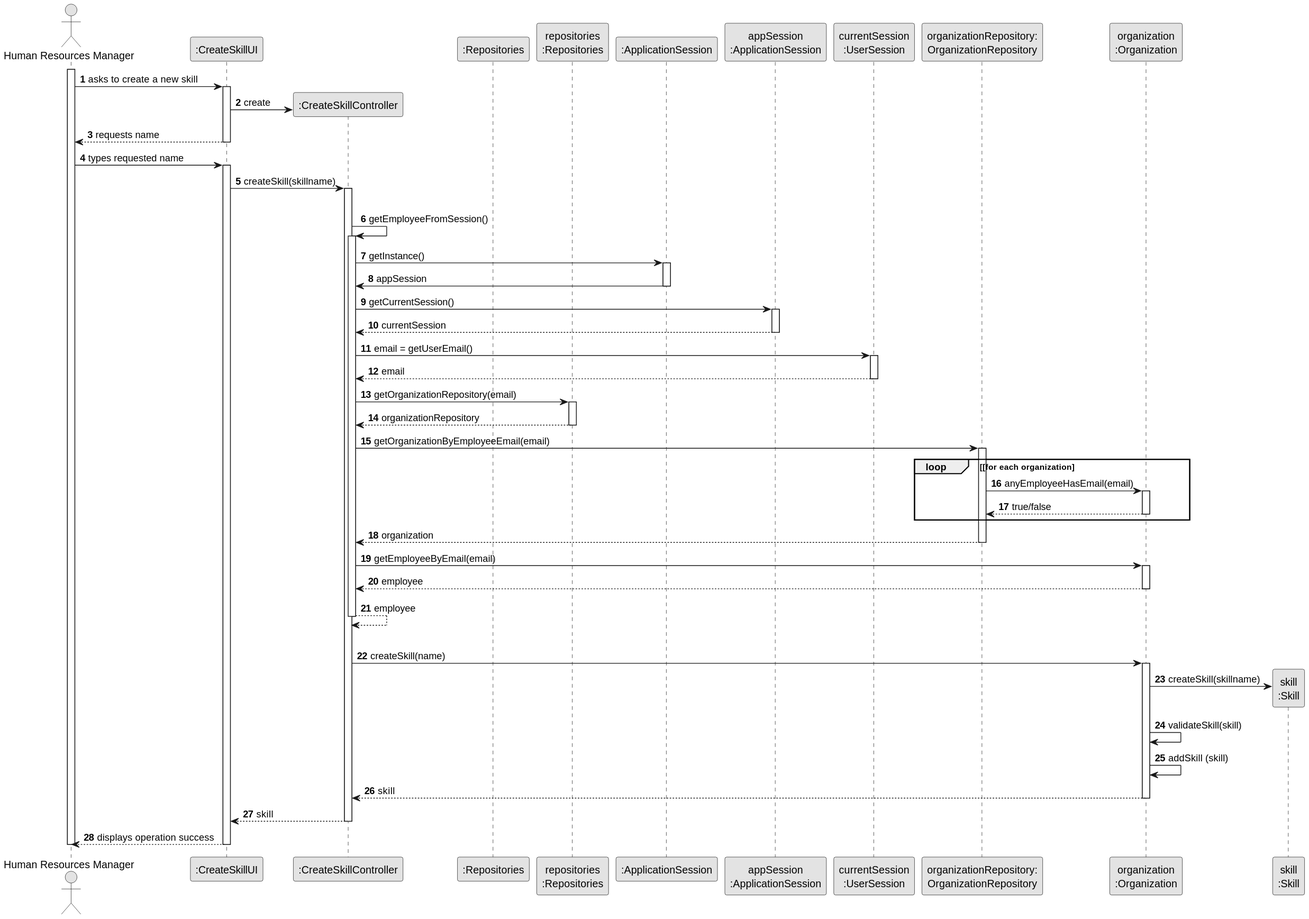
tiagosoa/lei-24-s2-1dgh-g073 keeps this PlantUML diagram as docs/sprint2/us001/03.design/svg/us001-sequence-diagram-full.svg. Above is the earlier version. Its diagram source:
```plantuml
@startuml
skinparam monochrome true
skinparam packageStyle rectangle
skinparam shadowing false

autonumber

actor "Human Resources Manager" as ADM
participant ":CreateSkillUI" as UI
participant ":CreateSkillController" as CTRL
participant ":Repositories" as RepositorySingleton
participant "repositories\n:Repositories" as PLAT
participant ":ApplicationSession" as _APP
participant "appSession\n:ApplicationSession" as APP
participant "currentSession\n:UserSession" as SESSAO
participant "organizationRepository:\nOrganizationRepository" as OrganizationRepository
participant "organization\n:Organization" as ORG
participant "skill\n:Skill" as HABILIDADE

activate ADM

        ADM -> UI : asks to create a new skill

        activate UI

            UI -> CTRL** : create


    UI --> ADM : requests name
    deactivate UI

    ADM -> UI : types requested name
    activate UI

        UI -> CTRL : createSkill(skillname)
        activate CTRL

            |||
            CTRL -> CTRL : getEmployeeFromSession()
            activate CTRL

                CTRL -> _APP: getInstance()
                activate _APP
                    _APP -> CTRL: appSession
                deactivate _APP


                CTRL -> APP: getCurrentSession()
                activate APP

                    APP --> CTRL: currentSession
                deactivate APP

                CTRL -> SESSAO: email = getUserEmail()
                activate SESSAO

                    SESSAO --> CTRL: email
                deactivate SESSAO


                CTRL -> PLAT: getOrganizationRepository(email)
                activate PLAT

                    PLAT --> CTRL: organizationRepository
                deactivate PLAT


                CTRL -> OrganizationRepository: getOrganizationByEmployeeEmail(email)
                activate OrganizationRepository

                    loop [for each organization
                        OrganizationRepository -> ORG : anyEmployeeHasEmail(email)
                        activate ORG

                             ORG --> OrganizationRepository : true/false
                        deactivate ORG
                    end
                    OrganizationRepository --> CTRL : organization
                deactivate OrganizationRepository

                CTRL -> ORG: getEmployeeByEmail(email)
                activate ORG

                    ORG --> CTRL : employee
                deactivate ORG

                CTRL --> CTRL : employee
            deactivate CTRL

            |||
            CTRL -> ORG: createSkill(name)
            activate ORG

                ORG -> HABILIDADE**: createSkill(skillname)

                ORG -> ORG: validateSkill(skill)

                ORG -> ORG: addSkill (skill)


                ORG --> CTRL : skill

            deactivate ORG

            CTRL --> UI: skill
            deactivate CTRL
            UI --> ADM: displays operation success
    deactivate UI

deactivate ADM
@enduml
```
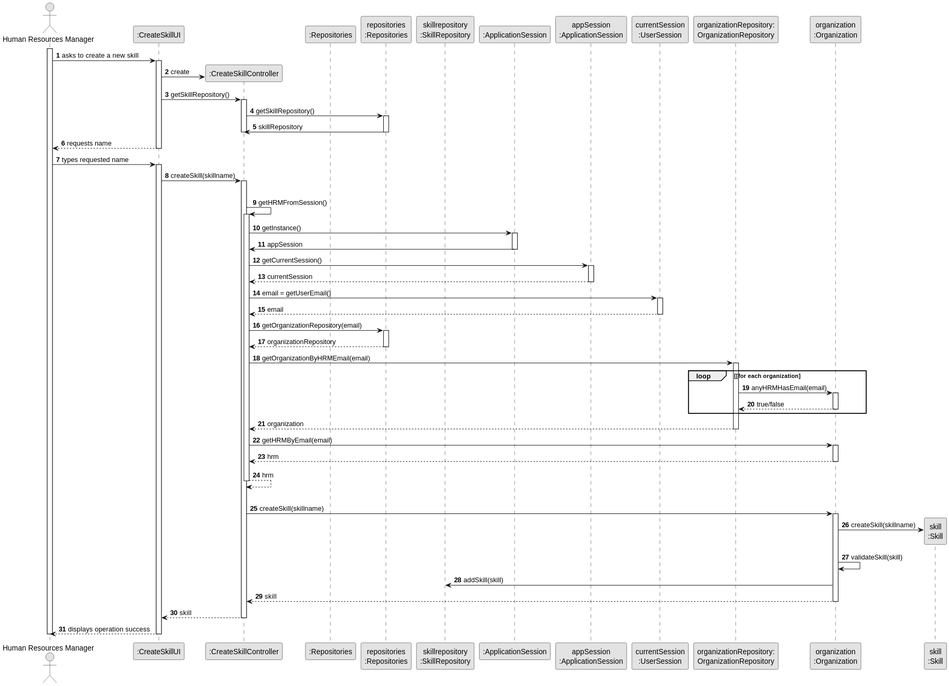
Later version of the same file.

Diff of the diagram source:
```diff
@@ -10,6 +10,7 @@
 participant ":CreateSkillController" as CTRL
 participant ":Repositories" as RepositorySingleton
 participant "repositories\n:Repositories" as PLAT
+participant "skillrepository\n:SkillRepository" as SR
 participant ":ApplicationSession" as _APP
 participant "appSession\n:ApplicationSession" as APP
 participant "currentSession\n:UserSession" as SESSAO
@@ -25,7 +26,15 @@
 
             UI -> CTRL** : create
 
+         UI -> CTRL : getSkillRepository()
+         activate CTRL
 
+                 CTRL -> PLAT : getSkillRepository()
+                         activate PLAT
+
+                     PLAT -> CTRL : skillRepository
+                     deactivate PLAT
+    deactivate CTRL
     UI --> ADM : requests name
     deactivate UI
 
@@ -36,7 +45,7 @@
         activate CTRL
 
             |||
-            CTRL -> CTRL : getEmployeeFromSession()
+            CTRL -> CTRL : getHRMFromSession()
             activate CTRL
 
                 CTRL -> _APP: getInstance()
@@ -65,11 +74,11 @@
                 deactivate PLAT
 
 
-                CTRL -> OrganizationRepository: getOrganizationByEmployeeEmail(email)
+                CTRL -> OrganizationRepository: getOrganizationByHRMEmail(email)
                 activate OrganizationRepository
 
                     loop [for each organization
-                        OrganizationRepository -> ORG : anyEmployeeHasEmail(email)
+                        OrganizationRepository -> ORG : anyHRMHasEmail(email)
                         activate ORG
 
                              ORG --> OrganizationRepository : true/false
@@ -78,24 +87,24 @@
                     OrganizationRepository --> CTRL : organization
                 deactivate OrganizationRepository
 
-                CTRL -> ORG: getEmployeeByEmail(email)
+                CTRL -> ORG: getHRMByEmail(email)
                 activate ORG
 
-                    ORG --> CTRL : employee
+                    ORG --> CTRL : hrm
                 deactivate ORG
 
-                CTRL --> CTRL : employee
+                CTRL --> CTRL : hrm
             deactivate CTRL
 
             |||
-            CTRL -> ORG: createSkill(name)
+            CTRL -> ORG: createSkill(skillname)
             activate ORG
 
                 ORG -> HABILIDADE**: createSkill(skillname)
 
                 ORG -> ORG: validateSkill(skill)
 
-                ORG -> ORG: addSkill (skill)
+                ORG -> SR: addSkill(skill)
 
 
                 ORG --> CTRL : skill
```
